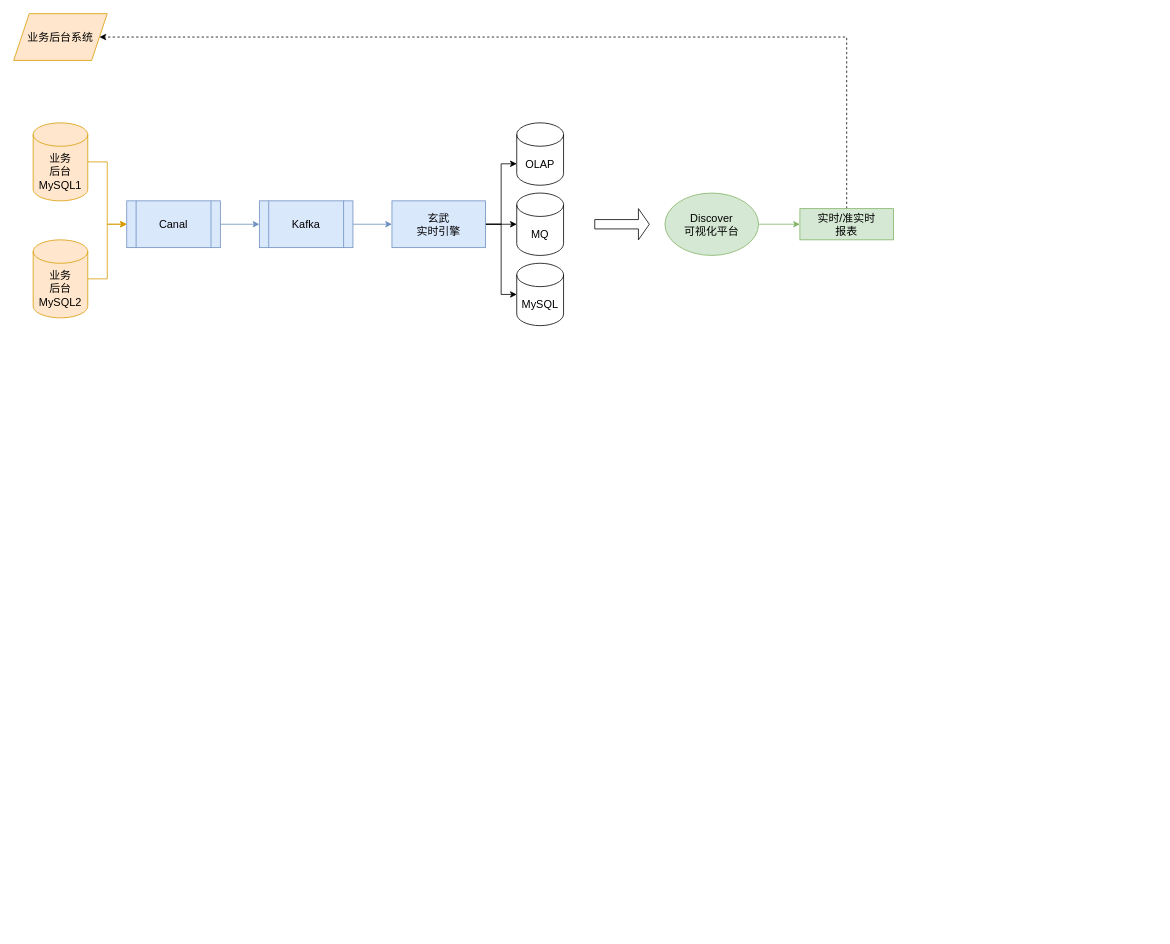
Above: 业务后台接入Discover实时报表方案.drawio in hongweilv-whu/flowCharts (draw.io), before the change. Source tidied: cells renumbered, new cells numbered last; positions are measured from the earlier drawing's top-left corner, leaving out a move shared by most shapes. Both pictures are drawn from the tidied source at 78%, with x=0, y=0 at pixel (13, 13).
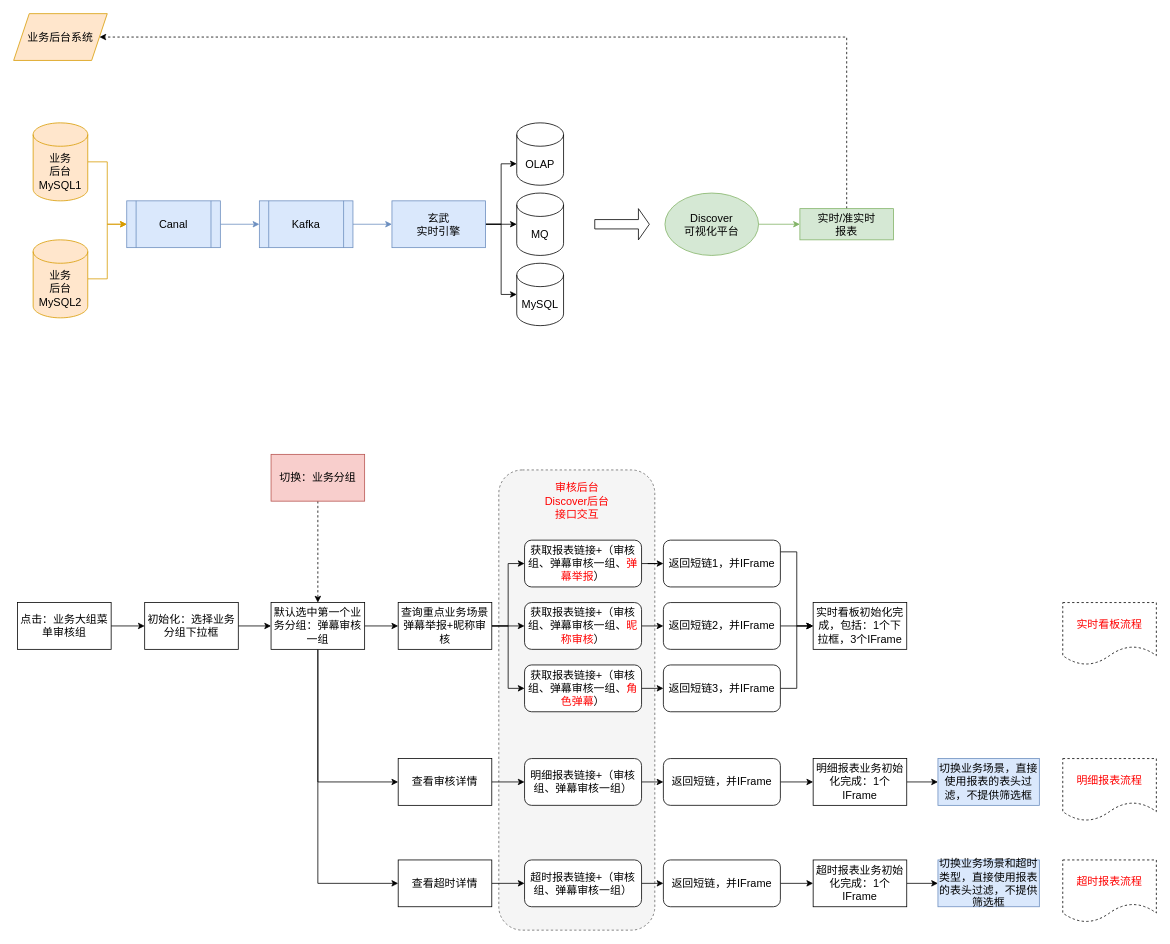
After the change.

Commit message:
更新业务后台接入Discover实时报表方案.drawio

What changed in the source:
```diff
@@
+    <mxCell id="23" style="rounded=1;whiteSpace=wrap;html=1;fontSize=14;fontColor=#333333;fillColor=#f5f5f5;strokeColor=#666666;dashed=1;" parent="1" vertex="1">
+      <mxGeometry x="622" y="585" width="200" height="590" as="geometry" />
+    </mxCell>
@@
+    <mxCell id="24" style="edgeStyle=orthogonalEdgeStyle;rounded=0;jettySize=auto;html=1;exitX=1;exitY=0.5;exitDx=0;exitDy=0;fontSize=14;fontColor=#FF0000;" parent="1" edge="1" source="25" target="27">
+      <mxGeometry relative="1" as="geometry" />
+    </mxCell>
+    <mxCell id="25" value="点击：业务大组菜单审核组" style="rounded=0;whiteSpace=wrap;html=1;fontSize=14;" parent="1" vertex="1">
+      <mxGeometry x="5" y="755" width="120" height="60" as="geometry" />
+    </mxCell>
+    <mxCell id="26" style="edgeStyle=orthogonalEdgeStyle;rounded=0;jettySize=auto;html=1;exitX=1;exitY=0.5;exitDx=0;exitDy=0;entryX=0;entryY=0.5;entryDx=0;entryDy=0;fontSize=14;fontColor=#FF0000;" parent="1" edge="1" source="27" target="31">
+      <mxGeometry relative="1" as="geometry" />
+    </mxCell>
+    <mxCell id="27" value="初始化：选择业务分组下拉框" style="rounded=0;whiteSpace=wrap;html=1;fontSize=14;" parent="1" vertex="1">
+      <mxGeometry x="168" y="755" width="120" height="60" as="geometry" />
+    </mxCell>
+    <mxCell id="28" style="edgeStyle=orthogonalEdgeStyle;rounded=0;jettySize=auto;html=1;exitX=1;exitY=0.5;exitDx=0;exitDy=0;entryX=0;entryY=0.5;entryDx=0;entryDy=0;fontSize=14;fontColor=#FF0000;" parent="1" edge="1" source="31" target="35">
+      <mxGeometry relative="1" as="geometry" />
+    </mxCell>
+    <mxCell id="29" style="edgeStyle=orthogonalEdgeStyle;rounded=0;jettySize=auto;html=1;exitX=0.5;exitY=1;exitDx=0;exitDy=0;entryX=0;entryY=0.5;entryDx=0;entryDy=0;fontSize=14;fontColor=#FF0000;" parent="1" edge="1" source="31" target="52">
+      <mxGeometry relative="1" as="geometry" />
+    </mxCell>
+    <mxCell id="30" style="edgeStyle=orthogonalEdgeStyle;rounded=0;jettySize=auto;html=1;exitX=0.5;exitY=1;exitDx=0;exitDy=0;entryX=0;entryY=0.5;entryDx=0;entryDy=0;fontSize=14;fontColor=#FF0000;" parent="1" edge="1" source="31" target="54">
+      <mxGeometry relative="1" as="geometry" />
+    </mxCell>
+    <mxCell id="31" value="默认选中第一个业务分组：弹幕审核一组" style="rounded=0;whiteSpace=wrap;html=1;fontSize=14;" parent="1" vertex="1">
+      <mxGeometry x="330" y="755" width="120" height="60" as="geometry" />
+    </mxCell>
+    <mxCell id="32" style="edgeStyle=orthogonalEdgeStyle;rounded=0;jettySize=auto;html=1;exitX=1;exitY=0.5;exitDx=0;exitDy=0;fontSize=14;fontColor=#FF0000;" parent="1" edge="1" source="35" target="39">
+      <mxGeometry relative="1" as="geometry" />
+    </mxCell>
+    <mxCell id="33" style="edgeStyle=orthogonalEdgeStyle;rounded=0;jettySize=auto;html=1;exitX=1;exitY=0.5;exitDx=0;exitDy=0;entryX=0;entryY=0.5;entryDx=0;entryDy=0;fontSize=14;fontColor=#FF0000;" parent="1" edge="1" source="35" target="37">
+      <mxGeometry relative="1" as="geometry" />
+    </mxCell>
+    <mxCell id="34" style="edgeStyle=orthogonalEdgeStyle;rounded=0;jettySize=auto;html=1;exitX=1;exitY=0.5;exitDx=0;exitDy=0;entryX=0;entryY=0.5;entryDx=0;entryDy=0;fontSize=14;fontColor=#FF0000;" parent="1" edge="1" source="35" target="46">
+      <mxGeometry relative="1" as="geometry" />
+    </mxCell>
+    <mxCell id="35" value="查询重点业务场景&lt;br&gt;弹幕举报+昵称审核" style="rounded=0;whiteSpace=wrap;html=1;fontSize=14;" parent="1" vertex="1">
+      <mxGeometry x="493" y="755" width="120" height="60" as="geometry" />
+    </mxCell>
+    <mxCell id="36" style="edgeStyle=orthogonalEdgeStyle;rounded=0;jettySize=auto;html=1;exitX=1;exitY=0.5;exitDx=0;exitDy=0;fontSize=14;fontColor=#FF0000;" parent="1" edge="1" source="37" target="41">
+      <mxGeometry relative="1" as="geometry" />
+    </mxCell>
+    <mxCell id="37" value="获取报表链接+（审核组、弹幕审核一组、&lt;font color=&quot;#ff0000&quot;&gt;弹幕举报&lt;/font&gt;）" style="rounded=1;whiteSpace=wrap;html=1;fontSize=14;" parent="1" vertex="1">
+      <mxGeometry x="655" y="675" width="150" height="60" as="geometry" />
+    </mxCell>
+    <mxCell id="38" style="edgeStyle=orthogonalEdgeStyle;rounded=0;jettySize=auto;html=1;exitX=1;exitY=0.5;exitDx=0;exitDy=0;entryX=0;entryY=0.5;entryDx=0;entryDy=0;fontSize=14;fontColor=#FF0000;" parent="1" edge="1" source="39" target="43">
+      <mxGeometry relative="1" as="geometry" />
+    </mxCell>
+    <mxCell id="39" value="获取报表链接+（审核组、弹幕审核一组、&lt;font color=&quot;#ff0000&quot;&gt;昵称审核&lt;/font&gt;）" style="rounded=1;whiteSpace=wrap;html=1;fontSize=14;" parent="1" vertex="1">
+      <mxGeometry x="655" y="755" width="150" height="60" as="geometry" />
+    </mxCell>
+    <mxCell id="40" style="edgeStyle=orthogonalEdgeStyle;rounded=0;jettySize=auto;html=1;exitX=1;exitY=0.25;exitDx=0;exitDy=0;entryX=0;entryY=0.5;entryDx=0;entryDy=0;fontSize=14;fontColor=#FF0000;" parent="1" edge="1" source="41" target="44">
+      <mxGeometry relative="1" as="geometry" />
+    </mxCell>
+    <mxCell id="41" value="返回短链1，并IFrame" style="rounded=1;whiteSpace=wrap;html=1;fontSize=14;" parent="1" vertex="1">
+      <mxGeometry x="833" y="675" width="150" height="60" as="geometry" />
+    </mxCell>
+    <mxCell id="42" style="edgeStyle=orthogonalEdgeStyle;rounded=0;jettySize=auto;html=1;exitX=1;exitY=0.5;exitDx=0;exitDy=0;fontSize=14;fontColor=#FF0000;" parent="1" edge="1" source="43">
+      <mxGeometry relative="1" as="geometry">
+        <mxPoint x="1025" y="785" as="targetPoint" />
+      </mxGeometry>
+    </mxCell>
+    <mxCell id="43" value="返回短链2，并IFrame" style="rounded=1;whiteSpace=wrap;html=1;fontSize=14;" parent="1" vertex="1">
+      <mxGeometry x="833" y="755" width="150" height="60" as="geometry" />
+    </mxCell>
+    <mxCell id="44" value="实时看板初始化完成，包括：1个下拉框，3个IFrame" style="rounded=0;whiteSpace=wrap;html=1;fontSize=14;" parent="1" vertex="1">
+      <mxGeometry x="1025" y="755" width="120" height="60" as="geometry" />
+    </mxCell>
+    <mxCell id="45" style="edgeStyle=orthogonalEdgeStyle;rounded=0;jettySize=auto;html=1;exitX=1;exitY=0.5;exitDx=0;exitDy=0;entryX=0;entryY=0.5;entryDx=0;entryDy=0;fontSize=14;fontColor=#FF0000;" parent="1" edge="1" source="46" target="48">
+      <mxGeometry relative="1" as="geometry" />
+    </mxCell>
+    <mxCell id="46" value="获取报表链接+（审核组、弹幕审核一组、&lt;font color=&quot;#ff0000&quot;&gt;角色弹幕&lt;/font&gt;）" style="rounded=1;whiteSpace=wrap;html=1;fontSize=14;" parent="1" vertex="1">
+      <mxGeometry x="655" y="835" width="150" height="60" as="geometry" />
+    </mxCell>
+    <mxCell id="47" style="edgeStyle=orthogonalEdgeStyle;rounded=0;jettySize=auto;html=1;exitX=1;exitY=0.5;exitDx=0;exitDy=0;fontSize=14;fontColor=#FF0000;entryX=0;entryY=0.5;entryDx=0;entryDy=0;" parent="1" edge="1" source="48" target="44">
+      <mxGeometry relative="1" as="geometry" />
+    </mxCell>
+    <mxCell id="48" value="返回短链3，并IFrame" style="rounded=1;whiteSpace=wrap;html=1;fontSize=14;" parent="1" vertex="1">
+      <mxGeometry x="833" y="835" width="150" height="60" as="geometry" />
+    </mxCell>
+    <mxCell id="49" style="edgeStyle=orthogonalEdgeStyle;rounded=0;jettySize=auto;html=1;fontSize=14;fontColor=#FF0000;dashed=1;" parent="1" edge="1" source="50" target="31">
+      <mxGeometry relative="1" as="geometry" />
+    </mxCell>
+    <mxCell id="50" value="切换：业务分组" style="rounded=0;whiteSpace=wrap;html=1;fontSize=14;fillColor=#f8cecc;strokeColor=#b85450;" parent="1" vertex="1">
+      <mxGeometry x="330" y="565" width="120" height="60" as="geometry" />
+    </mxCell>
+    <mxCell id="51" style="edgeStyle=orthogonalEdgeStyle;rounded=0;jettySize=auto;html=1;exitX=1;exitY=0.5;exitDx=0;exitDy=0;entryX=0;entryY=0.5;entryDx=0;entryDy=0;fontSize=14;fontColor=#FF0000;" parent="1" edge="1" source="52" target="56">
+      <mxGeometry relative="1" as="geometry" />
+    </mxCell>
+    <mxCell id="52" value="查看审核详情" style="rounded=0;whiteSpace=wrap;html=1;fontSize=14;" parent="1" vertex="1">
+      <mxGeometry x="493" y="955" width="120" height="60" as="geometry" />
+    </mxCell>
+    <mxCell id="53" style="edgeStyle=orthogonalEdgeStyle;rounded=0;jettySize=auto;html=1;exitX=1;exitY=0.5;exitDx=0;exitDy=0;entryX=0;entryY=0.5;entryDx=0;entryDy=0;fontSize=14;fontColor=#FF0000;" parent="1" edge="1" source="54" target="63">
+      <mxGeometry relative="1" as="geometry" />
+    </mxCell>
+    <mxCell id="54" value="查看超时详情" style="rounded=0;whiteSpace=wrap;html=1;fontSize=14;" parent="1" vertex="1">
+      <mxGeometry x="493" y="1085" width="120" height="60" as="geometry" />
+    </mxCell>
+    <mxCell id="55" style="edgeStyle=orthogonalEdgeStyle;rounded=0;jettySize=auto;html=1;exitX=1;exitY=0.5;exitDx=0;exitDy=0;entryX=0;entryY=0.5;entryDx=0;entryDy=0;fontSize=14;fontColor=#FF0000;" parent="1" edge="1" source="56" target="58">
+      <mxGeometry relative="1" as="geometry" />
+    </mxCell>
+    <mxCell id="56" value="明细报表链接+（审核组、弹幕审核一组）" style="rounded=1;whiteSpace=wrap;html=1;fontSize=14;" parent="1" vertex="1">
+      <mxGeometry x="655" y="955" width="150" height="60" as="geometry" />
+    </mxCell>
+    <mxCell id="57" style="edgeStyle=orthogonalEdgeStyle;rounded=0;jettySize=auto;html=1;exitX=1;exitY=0.5;exitDx=0;exitDy=0;entryX=0;entryY=0.5;entryDx=0;entryDy=0;fontSize=14;fontColor=#FF0000;" parent="1" edge="1" source="58" target="60">
+      <mxGeometry relative="1" as="geometry" />
+    </mxCell>
+    <mxCell id="58" value="返回短链，并IFrame" style="rounded=1;whiteSpace=wrap;html=1;fontSize=14;" parent="1" vertex="1">
+      <mxGeometry x="833" y="955" width="150" height="60" as="geometry" />
+    </mxCell>
+    <mxCell id="59" style="edgeStyle=orthogonalEdgeStyle;rounded=0;jettySize=auto;html=1;exitX=1;exitY=0.5;exitDx=0;exitDy=0;fontSize=14;fontColor=#FF0000;" parent="1" edge="1" source="60" target="61">
+      <mxGeometry relative="1" as="geometry" />
+    </mxCell>
+    <mxCell id="60" value="明细报表业务初始化完成：1个IFrame" style="rounded=0;whiteSpace=wrap;html=1;fontSize=14;" parent="1" vertex="1">
+      <mxGeometry x="1025" y="955" width="120" height="60" as="geometry" />
+    </mxCell>
+    <mxCell id="61" value="切换业务场景，直接使用报表的表头过滤，不提供筛选框" style="rounded=0;whiteSpace=wrap;html=1;fontSize=14;fillColor=#dae8fc;strokeColor=#6c8ebf;" parent="1" vertex="1">
+      <mxGeometry x="1185" y="955" width="130" height="60" as="geometry" />
+    </mxCell>
+    <mxCell id="62" style="edgeStyle=orthogonalEdgeStyle;rounded=0;jettySize=auto;html=1;exitX=1;exitY=0.5;exitDx=0;exitDy=0;entryX=0;entryY=0.5;entryDx=0;entryDy=0;fontSize=14;fontColor=#FF0000;" parent="1" edge="1" source="63" target="65">
+      <mxGeometry relative="1" as="geometry" />
+    </mxCell>
+    <mxCell id="63" value="超时报表链接+（审核组、弹幕审核一组）" style="rounded=1;whiteSpace=wrap;html=1;fontSize=14;" parent="1" vertex="1">
+      <mxGeometry x="655" y="1085" width="150" height="60" as="geometry" />
+    </mxCell>
+    <mxCell id="64" style="edgeStyle=orthogonalEdgeStyle;rounded=0;jettySize=auto;html=1;exitX=1;exitY=0.5;exitDx=0;exitDy=0;entryX=0;entryY=0.5;entryDx=0;entryDy=0;fontSize=14;fontColor=#FF0000;" parent="1" edge="1" source="65" target="67">
+      <mxGeometry relative="1" as="geometry" />
+    </mxCell>
+    <mxCell id="65" value="返回短链，并IFrame" style="rounded=1;whiteSpace=wrap;html=1;fontSize=14;" parent="1" vertex="1">
+      <mxGeometry x="833" y="1085" width="150" height="60" as="geometry" />
+    </mxCell>
+    <mxCell id="66" style="edgeStyle=orthogonalEdgeStyle;rounded=0;jettySize=auto;html=1;exitX=1;exitY=0.5;exitDx=0;exitDy=0;fontSize=14;fontColor=#FF0000;" parent="1" edge="1" source="67" target="68">
+      <mxGeometry relative="1" as="geometry" />
+    </mxCell>
+    <mxCell id="67" value="超时报表业务初始化完成：1个IFrame" style="rounded=0;whiteSpace=wrap;html=1;fontSize=14;" parent="1" vertex="1">
+      <mxGeometry x="1025" y="1085" width="120" height="60" as="geometry" />
+    </mxCell>
+    <mxCell id="68" value="切换业务场景和超时类型，直接使用报表的表头过滤，不提供筛选框" style="rounded=0;whiteSpace=wrap;html=1;fontSize=14;fillColor=#dae8fc;strokeColor=#6c8ebf;" parent="1" vertex="1">
+      <mxGeometry x="1185" y="1085" width="130" height="60" as="geometry" />
+    </mxCell>
+    <mxCell id="69" value="审核后台&lt;br&gt;Discover后台&lt;br&gt;接口交互" style="text;html=1;align=center;verticalAlign=middle;strokeColor=none;fillColor=none;fontSize=14;fontColor=#FF0000;" parent="1" vertex="1">
+      <mxGeometry x="672" y="595" width="100" height="60" as="geometry" />
+    </mxCell>
+    <mxCell id="70" value="实时看板流程" style="shape=document;whiteSpace=wrap;html=1;boundedLbl=1;dashed=1;fontSize=14;fontColor=#FF0000;" parent="1" vertex="1">
+      <mxGeometry x="1345" y="755" width="120" height="80" as="geometry" />
+    </mxCell>
+    <mxCell id="71" value="明细报表流程" style="shape=document;whiteSpace=wrap;html=1;boundedLbl=1;dashed=1;fontSize=14;fontColor=#FF0000;" parent="1" vertex="1">
+      <mxGeometry x="1345" y="955" width="120" height="80" as="geometry" />
+    </mxCell>
+    <mxCell id="72" value="超时报表流程" style="shape=document;whiteSpace=wrap;html=1;boundedLbl=1;dashed=1;fontSize=14;fontColor=#FF0000;" parent="1" vertex="1">
+      <mxGeometry x="1345" y="1085" width="120" height="80" as="geometry" />
+    </mxCell>
```
